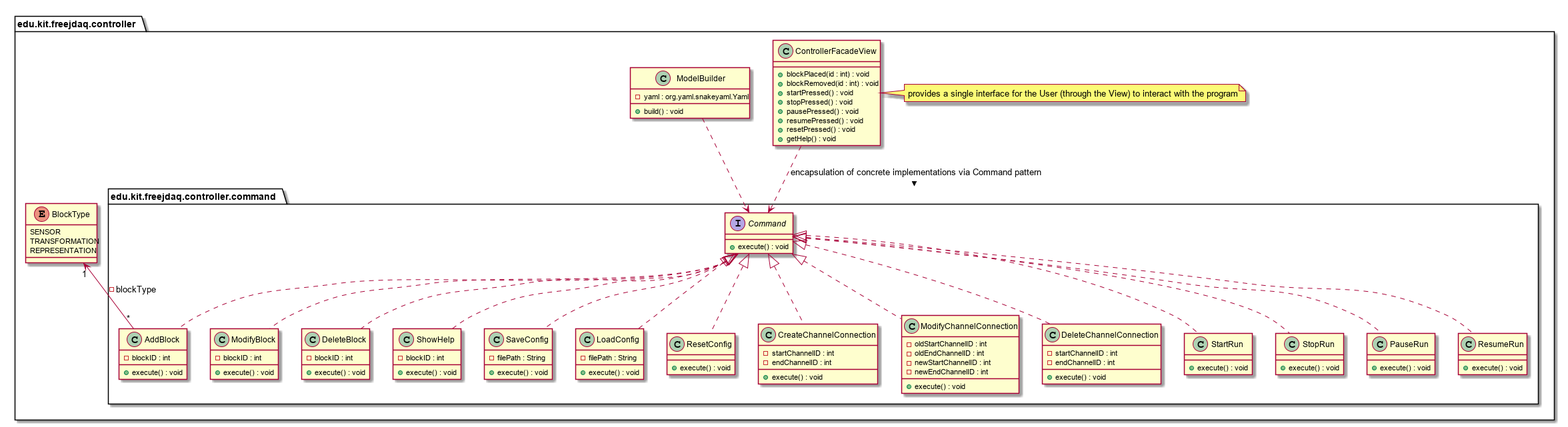
osl2/DAQ-Documents keeps this PlantUML diagram as 2-Entwurf/Entwicklung/src/edu/kit/freejdaq/controller/DiagramController.png. Above is the earlier version.
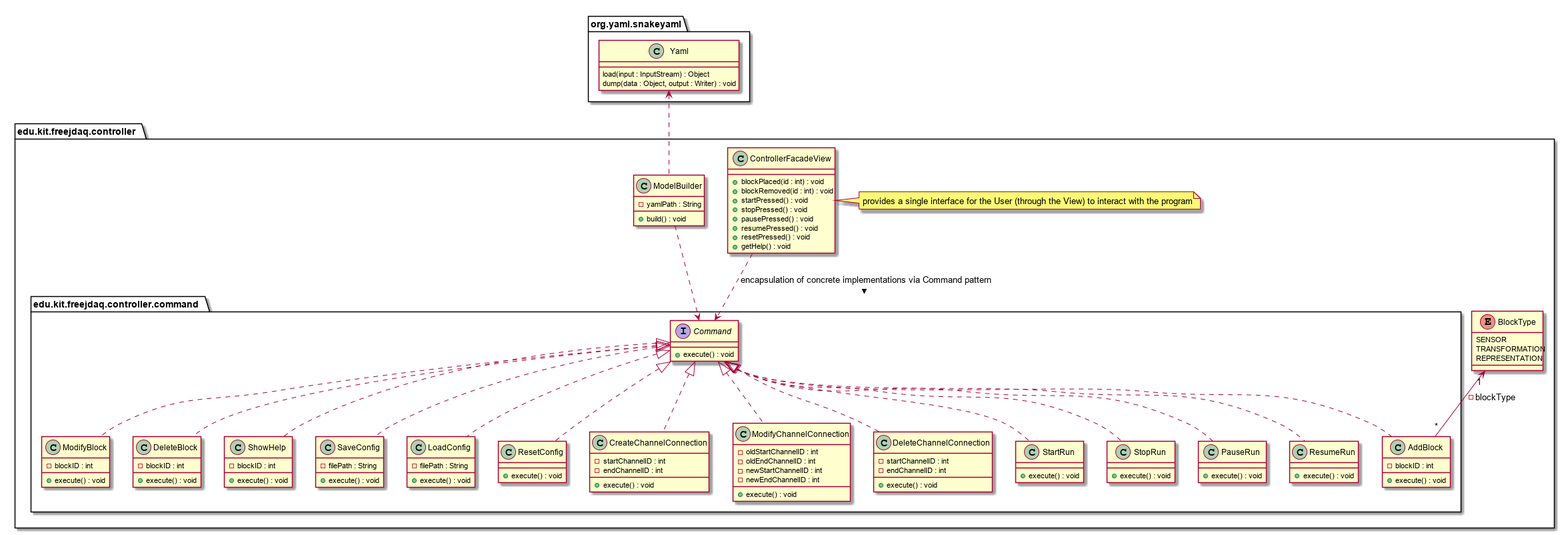
Later version of the same file.

Commit message:
added correct SnakeYAML interaction

The edit, as a diff of the source:
```diff
@@ -1,4 +1,10 @@
 @startuml
+
+
+class org.yaml.snakeyaml.Yaml {
+	load(input : InputStream) : Object
+	dump(data : Object, output : Writer) : void
+}
 
 package edu.kit.freejdaq.controller {
 
@@ -104,7 +110,7 @@
 	}
 
 	class ModelBuilder {
-		- yaml : org.yaml.snakeyaml.Yaml
+		- yamlPath : String
 		+ build() : void
 	}
 
@@ -121,8 +127,10 @@
 
 	note right of ControllerFacadeView : provides a single interface for the User (through the View) to interact with the program
 
-	Command <.down. ControllerFacadeView : < encapsulation of concrete implementations via Command pattern
-	Command <.down. ModelBuilder
+	ControllerFacadeView .down.> Command : encapsulation of concrete implementations via Command pattern >
+	ModelBuilder .down.> Command
+	ModelBuilder .up.> org.yaml.snakeyaml.Yaml
+
 }
 
 @enduml
```
